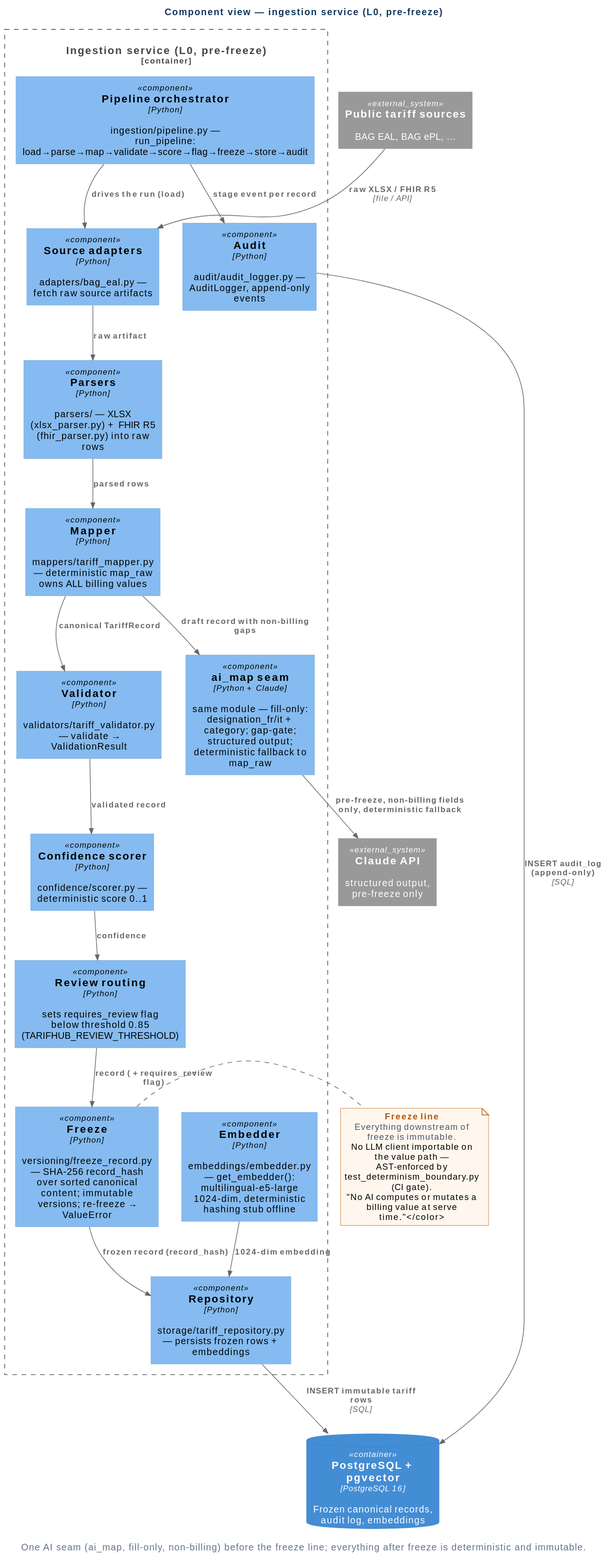
The PlantUML diagram docs/diagrams/c4-component-ingestion.svg in erhanuenlue/tarifhub, before a commit.
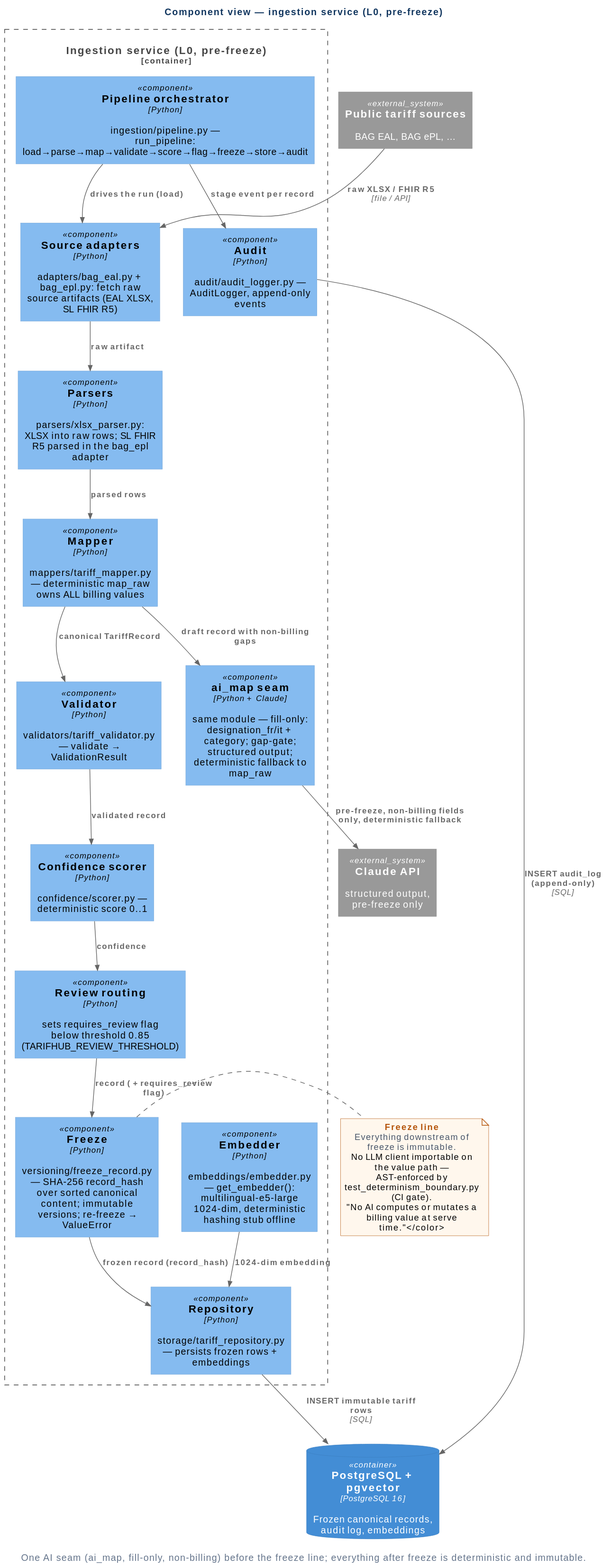
Above is the later version.

Commit message:
docs(cas): address review findings (honest CI test counts, fix embedded diagram)

What changed in the source:
```diff
@@ -11,8 +11,8 @@
 
 Container_Boundary(ingest, "Ingestion service (L0, pre-freeze)") {
   Component(pipeline, "Pipeline orchestrator", "Python", "ingestion/pipeline.py — run_pipeline: load→parse→map→validate→score→flag→freeze→store→audit")
-  Component(adapters, "Source adapters", "Python", "adapters/bag_eal.py — fetch raw source artifacts")
-  Component(parsers, "Parsers", "Python", "parsers/ — XLSX (xlsx_parser.py) + FHIR R5 (fhir_parser.py) into raw rows")
+  Component(adapters, "Source adapters", "Python", "adapters/bag_eal.py + bag_epl.py: fetch raw source artifacts (EAL XLSX, SL FHIR R5)")
+  Component(parsers, "Parsers", "Python", "parsers/xlsx_parser.py: XLSX into raw rows; SL FHIR R5 parsed in the bag_epl adapter")
   Component(mapper, "Mapper", "Python", "mappers/tariff_mapper.py — deterministic map_raw owns ALL billing values")
   Component(aimap, "ai_map seam", "Python + Claude", "same module — fill-only: designation_fr/it + category; gap-gate; structured output; deterministic fallback to map_raw")
   Component(validator, "Validator", "Python", "validators/tariff_validator.py — validate → ValidationResult")
```
